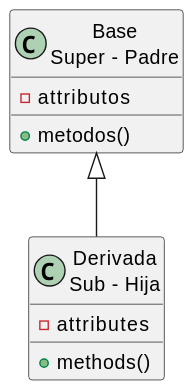
This is images/modelosUML/transmision.svg from mmasias/24-25-PRG2, a PlantUML export, as it was before one commit.
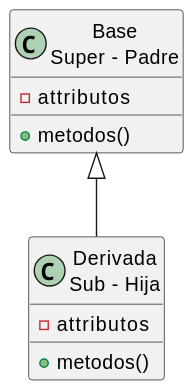
Above is the later version.

The edit, as a diff of the source:
```diff
@@ -5,8 +5,8 @@
 }
 
 class Derived as "Derivada\nSub - Hija" {
-- attributes
-+ methods()
+- attributos
++ metodos()
 }
 
 Base <|-- Derived
```
